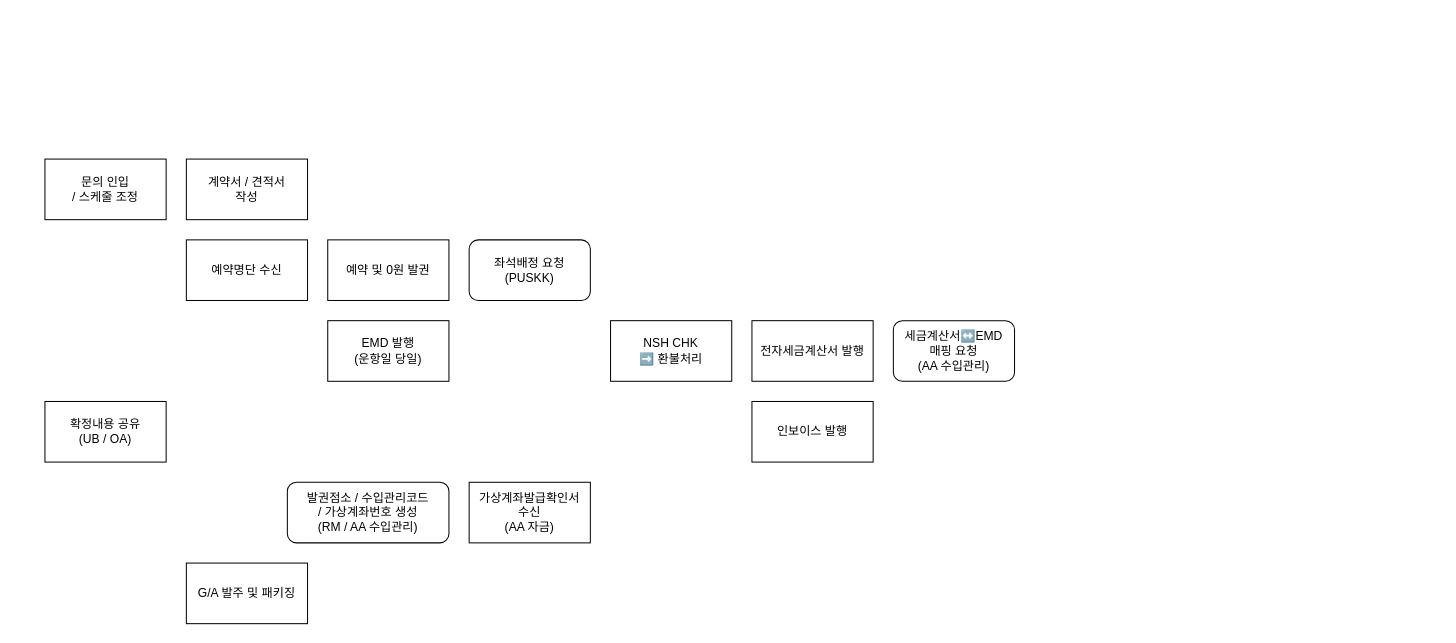
Earlier version of the draw.io diagram Education Flight.drawio (Zeranium/web1). Source tidied: cells renumbered, new cells numbered last; positions are measured from the earlier drawing's top-left corner, leaving out a move shared by most shapes. Both pictures are drawn from the tidied source at 101%, with x=0, y=0 at pixel (44, 159).
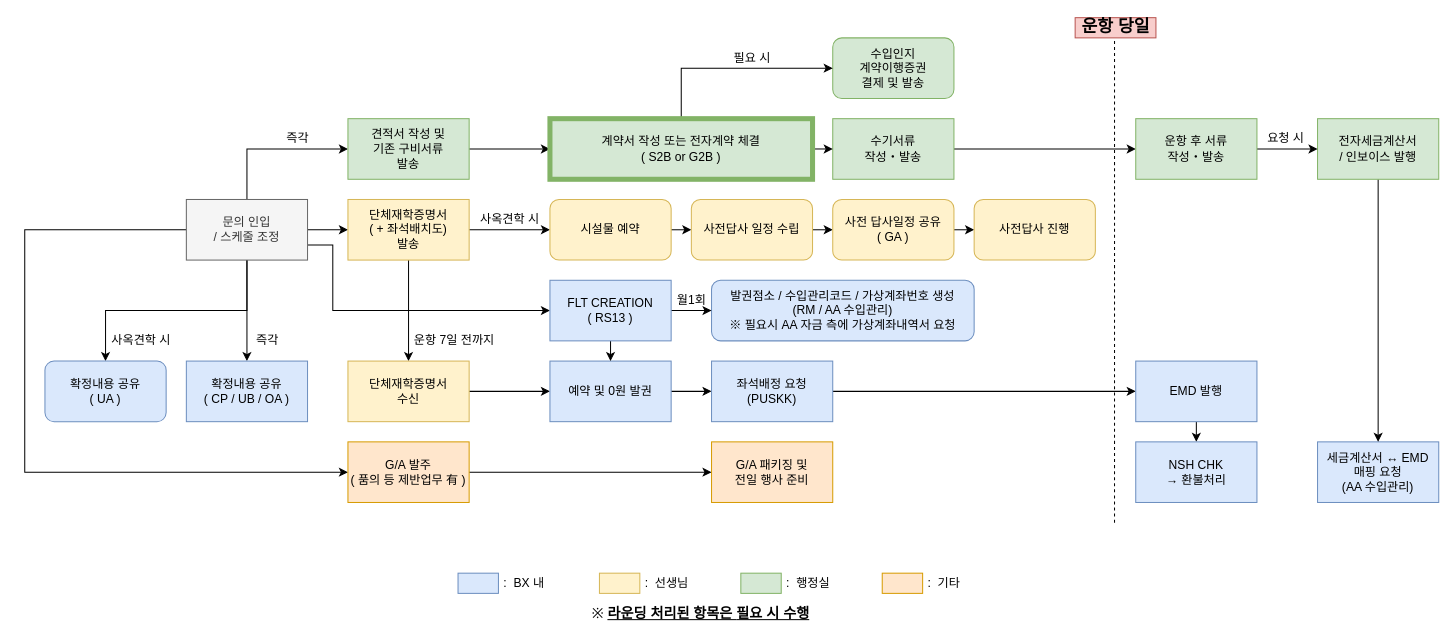
The same page after the edit.

Diff of the diagram source:
```diff
@@
+    <mxCell id="8" value="세금계산서 ↔︎ EMD&lt;br&gt;매핑 요청&lt;br&gt;(AA 수입관리)" style="rounded=0;whiteSpace=wrap;html=1;glass=0;shadow=0;sketch=0;fillColor=#dae8fc;strokeColor=#6c8ebf;" parent="1" vertex="1">
+      <mxGeometry x="1260" y="280" width="120" height="60" as="geometry" />
+    </mxCell>
+    <mxCell id="16" style="edgeStyle=orthogonalEdgeStyle;rounded=0;jettySize=auto;html=1;exitX=0.5;exitY=1;exitDx=0;exitDy=0;" parent="1" edge="1" source="2" target="14">
+      <mxGeometry relative="1" as="geometry" />
+    </mxCell>
+    <mxCell id="17" style="edgeStyle=orthogonalEdgeStyle;rounded=0;jettySize=auto;html=1;exitX=0.5;exitY=1;exitDx=0;exitDy=0;entryX=0.5;entryY=0;entryDx=0;entryDy=0;" parent="1" edge="1" source="2" target="32">
+      <mxGeometry relative="1" as="geometry" />
+    </mxCell>
+    <mxCell id="18" style="edgeStyle=orthogonalEdgeStyle;rounded=0;jettySize=auto;html=1;exitX=0.5;exitY=0;exitDx=0;exitDy=0;entryX=0;entryY=0.5;entryDx=0;entryDy=0;" parent="1" edge="1" source="2" target="38">
+      <mxGeometry relative="1" as="geometry" />
+    </mxCell>
+    <mxCell id="19" style="edgeStyle=orthogonalEdgeStyle;rounded=0;jettySize=auto;html=1;exitX=1;exitY=0.5;exitDx=0;exitDy=0;entryX=0;entryY=0.5;entryDx=0;entryDy=0;" parent="1" edge="1" source="2" target="3">
+      <mxGeometry relative="1" as="geometry" />
+    </mxCell>
+    <mxCell id="20" style="edgeStyle=orthogonalEdgeStyle;rounded=0;jettySize=auto;html=1;exitX=1;exitY=0.75;exitDx=0;exitDy=0;entryX=0;entryY=0.5;entryDx=0;entryDy=0;" parent="1" edge="1" source="2" target="49">
+      <mxGeometry relative="1" as="geometry">
+        <Array as="points">
+          <mxPoint x="285" y="85" />
+          <mxPoint x="285" y="150" />
+        </Array>
+      </mxGeometry>
+    </mxCell>
+    <mxCell id="21" style="edgeStyle=orthogonalEdgeStyle;rounded=0;jettySize=auto;html=1;exitX=0;exitY=0.5;exitDx=0;exitDy=0;entryX=0;entryY=0.5;entryDx=0;entryDy=0;" parent="1" edge="1" source="2" target="15">
+      <mxGeometry relative="1" as="geometry">
+        <Array as="points">
+          <mxPoint x="-20" y="70" />
+          <mxPoint x="-20" y="310" />
+        </Array>
+      </mxGeometry>
+    </mxCell>
-    <mxCell id="2" value="문의 인입&lt;br&gt;/ 스케줄 조정" style="rounded=0;whiteSpace=wrap;html=1;" parent="1" vertex="1">
-      <mxGeometry width="120" height="60" as="geometry" />
+    <mxCell id="2" value="문의 인입&lt;br&gt;/ 스케줄 조정" style="rounded=0;whiteSpace=wrap;html=1;fillColor=#f5f5f5;strokeColor=#666666;fontColor=#333333;" parent="1" vertex="1">
+      <mxGeometry x="140" y="40" width="120" height="60" as="geometry" />
     </mxCell>
+    <mxCell id="22" style="edgeStyle=orthogonalEdgeStyle;rounded=0;jettySize=auto;html=1;exitX=0.5;exitY=1;exitDx=0;exitDy=0;entryX=0.5;entryY=0;entryDx=0;entryDy=0;" parent="1" edge="1" source="3" target="4">
+      <mxGeometry relative="1" as="geometry" />
+    </mxCell>
+    <mxCell id="23" style="edgeStyle=orthogonalEdgeStyle;rounded=0;jettySize=auto;html=1;exitX=1;exitY=0.5;exitDx=0;exitDy=0;entryX=0;entryY=0.5;entryDx=0;entryDy=0;" parent="1" edge="1" source="3" target="31">
+      <mxGeometry relative="1" as="geometry" />
+    </mxCell>
-    <mxCell id="3" value="계약서 /&amp;nbsp;견적서&lt;br&gt;작성" style="rounded=0;whiteSpace=wrap;html=1;" parent="1" vertex="1">
-      <mxGeometry x="140" width="120" height="60" as="geometry" />
+    <mxCell id="3" value="단체재학증명서&lt;br&gt;( + 좌석배치도)&lt;br&gt;발송" style="rounded=0;whiteSpace=wrap;html=1;fillColor=#fff2cc;strokeColor=#d6b656;" parent="1" vertex="1">
+      <mxGeometry x="300" y="40" width="120" height="60" as="geometry" />
     </mxCell>
+    <mxCell id="24" style="edgeStyle=orthogonalEdgeStyle;rounded=0;jettySize=auto;html=1;exitX=1;exitY=0.5;exitDx=0;exitDy=0;entryX=0;entryY=0.5;entryDx=0;entryDy=0;" parent="1" edge="1" source="4" target="5">
+      <mxGeometry relative="1" as="geometry" />
+    </mxCell>
-    <mxCell id="4" value="예약명단 수신" style="rounded=0;whiteSpace=wrap;html=1;" parent="1" vertex="1">
-      <mxGeometry x="140" y="80" width="120" height="60" as="geometry" />
+    <mxCell id="4" value="단체재학증명서&lt;br&gt;수신" style="rounded=0;whiteSpace=wrap;html=1;fillColor=#fff2cc;strokeColor=#d6b656;" parent="1" vertex="1">
+      <mxGeometry x="300" y="200" width="120" height="60" as="geometry" />
     </mxCell>
+    <mxCell id="25" style="edgeStyle=orthogonalEdgeStyle;rounded=0;jettySize=auto;html=1;exitX=1;exitY=0.5;exitDx=0;exitDy=0;entryX=0;entryY=0.5;entryDx=0;entryDy=0;" parent="1" edge="1" source="5" target="6">
+      <mxGeometry relative="1" as="geometry" />
+    </mxCell>
-    <mxCell id="5" value="예약 및 0원 발권" style="rounded=0;whiteSpace=wrap;html=1;" parent="1" vertex="1">
-      <mxGeometry x="280" y="80" width="120" height="60" as="geometry" />
+    <mxCell id="5" value="예약 및 0원 발권" style="rounded=0;whiteSpace=wrap;html=1;fillColor=#dae8fc;strokeColor=#6c8ebf;" parent="1" vertex="1">
+      <mxGeometry x="500" y="200" width="120" height="60" as="geometry" />
     </mxCell>
+    <mxCell id="26" style="edgeStyle=orthogonalEdgeStyle;rounded=0;jettySize=auto;html=1;exitX=1;exitY=0.5;exitDx=0;exitDy=0;entryX=0;entryY=0.5;entryDx=0;entryDy=0;" parent="1" edge="1" source="6" target="7">
+      <mxGeometry relative="1" as="geometry" />
+    </mxCell>
-    <mxCell id="6" value="좌석배정 요청&lt;br&gt;(PUSKK)" style="rounded=1;whiteSpace=wrap;html=1;" parent="1" vertex="1">
-      <mxGeometry x="420" y="80" width="120" height="60" as="geometry" />
+    <mxCell id="6" value="좌석배정 요청&lt;br&gt;(PUSKK)" style="rounded=0;whiteSpace=wrap;html=1;fillColor=#dae8fc;strokeColor=#6c8ebf;" parent="1" vertex="1">
+      <mxGeometry x="660" y="200" width="120" height="60" as="geometry" />
     </mxCell>
+    <mxCell id="27" style="edgeStyle=orthogonalEdgeStyle;rounded=0;jettySize=auto;html=1;exitX=0.5;exitY=1;exitDx=0;exitDy=0;entryX=0.5;entryY=0;entryDx=0;entryDy=0;" parent="1" edge="1" source="7" target="13">
+      <mxGeometry relative="1" as="geometry" />
+    </mxCell>
-    <mxCell id="7" value="EMD 발행&lt;br&gt;(운항일 당일)" style="rounded=0;whiteSpace=wrap;html=1;" parent="1" vertex="1">
-      <mxGeometry x="280" y="160" width="120" height="60" as="geometry" />
+    <mxCell id="7" value="EMD 발행" style="rounded=0;whiteSpace=wrap;html=1;fillColor=#dae8fc;strokeColor=#6c8ebf;" parent="1" vertex="1">
+      <mxGeometry x="1080" y="200" width="120" height="60" as="geometry" />
     </mxCell>
-    <mxCell id="8" value="세금계산서↔️EMD&lt;br&gt;매핑 요청&lt;br&gt;(AA 수입관리)" style="rounded=1;whiteSpace=wrap;html=1;glass=0;shadow=0;sketch=0;" parent="1" vertex="1">
-      <mxGeometry x="840" y="160" width="120" height="60" as="geometry" />
-    </mxCell>
+    <mxCell id="28" style="edgeStyle=orthogonalEdgeStyle;rounded=0;jettySize=auto;html=1;exitX=0.5;exitY=1;exitDx=0;exitDy=0;entryX=0.5;entryY=0;entryDx=0;entryDy=0;" parent="1" edge="1" source="9" target="8">
+      <mxGeometry relative="1" as="geometry" />
+    </mxCell>
-    <mxCell id="9" value="전자세금계산서 발행" style="rounded=0;whiteSpace=wrap;html=1;" parent="1" vertex="1">
-      <mxGeometry x="700" y="160" width="120" height="60" as="geometry" />
+    <mxCell id="9" value="전자세금계산서&lt;br&gt;/ 인보이스 발행" style="rounded=0;whiteSpace=wrap;html=1;fillColor=#d5e8d4;strokeColor=#82b366;" parent="1" vertex="1">
+      <mxGeometry x="1260" y="-40" width="120" height="60" as="geometry" />
     </mxCell>
-    <mxCell id="10" value="인보이스 발행" style="rounded=0;whiteSpace=wrap;html=1;" parent="1" vertex="1">
-      <mxGeometry x="700" y="240" width="120" height="60" as="geometry" />
-    </mxCell>
-    <mxCell id="11" value="발권점소&amp;nbsp;/ 수입관리코드&lt;br&gt;/ 가상계좌번호 생성&lt;br&gt;(RM / AA 수입관리)" style="rounded=1;whiteSpace=wrap;html=1;glass=0;shadow=0;sketch=0;" parent="1" vertex="1">
-      <mxGeometry x="240" y="320" width="160" height="60" as="geometry" />
+    <mxCell id="11" value="발권점소&amp;nbsp;/ 수입관리코드&amp;nbsp;/ 가상계좌번호 생성&lt;br&gt;(RM / AA 수입관리)&lt;br&gt;※ 필요시 AA 자금 측에 가상계좌내역서 요청" style="rounded=1;whiteSpace=wrap;html=1;glass=0;shadow=0;sketch=0;fillColor=#dae8fc;strokeColor=#6c8ebf;" parent="1" vertex="1">
+      <mxGeometry x="660" y="120" width="260" height="60" as="geometry" />
     </mxCell>
-    <mxCell id="12" value="가상계좌발급확인서&lt;br&gt;수신&lt;br&gt;(AA 자금)" style="rounded=0;whiteSpace=wrap;html=1;" parent="1" vertex="1">
-      <mxGeometry x="420" y="320" width="120" height="60" as="geometry" />
-    </mxCell>
-    <mxCell id="13" value="NSH CHK&lt;br&gt;➡️ 환불처리" style="rounded=0;whiteSpace=wrap;html=1;" parent="1" vertex="1">
-      <mxGeometry x="560" y="160" width="120" height="60" as="geometry" />
+    <mxCell id="13" value="NSH CHK&lt;br&gt;→ 환불처리" style="rounded=0;whiteSpace=wrap;html=1;fillColor=#dae8fc;strokeColor=#6c8ebf;" parent="1" vertex="1">
+      <mxGeometry x="1080" y="280" width="120" height="60" as="geometry" />
     </mxCell>
-    <mxCell id="14" value="확정내용 공유&lt;br&gt;(UB / OA)" style="rounded=0;whiteSpace=wrap;html=1;" parent="1" vertex="1">
-      <mxGeometry y="240" width="120" height="60" as="geometry" />
+    <mxCell id="14" value="확정내용 공유&lt;br&gt;( CP / UB / OA )" style="rounded=0;whiteSpace=wrap;html=1;fillColor=#dae8fc;strokeColor=#6c8ebf;" parent="1" vertex="1">
+      <mxGeometry x="140" y="200" width="120" height="60" as="geometry" />
     </mxCell>
+    <mxCell id="29" style="edgeStyle=orthogonalEdgeStyle;rounded=0;jettySize=auto;html=1;exitX=1;exitY=0.5;exitDx=0;exitDy=0;entryX=0;entryY=0.5;entryDx=0;entryDy=0;" parent="1" edge="1" source="15" target="59">
+      <mxGeometry relative="1" as="geometry" />
+    </mxCell>
-    <mxCell id="15" value="G/A 발주 및 패키징" style="rounded=0;whiteSpace=wrap;html=1;" parent="1" vertex="1">
-      <mxGeometry x="140" y="400" width="120" height="60" as="geometry" />
+    <mxCell id="15" value="G/A 발주&lt;br&gt;( 품의 등 제반업무 有 )" style="rounded=0;whiteSpace=wrap;html=1;fillColor=#ffe6cc;strokeColor=#d79b00;" parent="1" vertex="1">
+      <mxGeometry x="300" y="280" width="120" height="60" as="geometry" />
     </mxCell>
+    <mxCell id="30" style="edgeStyle=orthogonalEdgeStyle;rounded=0;jettySize=auto;html=1;exitX=1;exitY=0.5;exitDx=0;exitDy=0;entryX=0;entryY=0.5;entryDx=0;entryDy=0;" parent="1" edge="1" source="31" target="34">
+      <mxGeometry relative="1" as="geometry" />
+    </mxCell>
+    <mxCell id="31" value="시설물 예약" style="rounded=1;whiteSpace=wrap;html=1;fillColor=#fff2cc;strokeColor=#d6b656;" parent="1" vertex="1">
+      <mxGeometry x="500" y="40" width="120" height="60" as="geometry" />
+    </mxCell>
+    <mxCell id="32" value="확정내용 공유&lt;br&gt;( UA )" style="rounded=1;whiteSpace=wrap;html=1;fillColor=#dae8fc;strokeColor=#6c8ebf;" parent="1" vertex="1">
+      <mxGeometry y="200" width="120" height="60" as="geometry" />
+    </mxCell>
+    <mxCell id="33" style="edgeStyle=orthogonalEdgeStyle;rounded=0;jettySize=auto;html=1;exitX=1;exitY=0.5;exitDx=0;exitDy=0;entryX=0;entryY=0.5;entryDx=0;entryDy=0;" parent="1" edge="1" source="34" target="36">
+      <mxGeometry relative="1" as="geometry" />
+    </mxCell>
+    <mxCell id="34" value="사전답사 일정 수립" style="rounded=1;whiteSpace=wrap;html=1;fillColor=#fff2cc;strokeColor=#d6b656;" parent="1" vertex="1">
+      <mxGeometry x="640" y="40" width="120" height="60" as="geometry" />
+    </mxCell>
+    <mxCell id="35" style="edgeStyle=orthogonalEdgeStyle;rounded=0;jettySize=auto;html=1;exitX=1;exitY=0.5;exitDx=0;exitDy=0;entryX=0;entryY=0.5;entryDx=0;entryDy=0;" parent="1" edge="1" source="36" target="50">
+      <mxGeometry relative="1" as="geometry" />
+    </mxCell>
+    <mxCell id="36" value="사전 답사일정 공유&lt;br&gt;( GA )" style="rounded=1;whiteSpace=wrap;html=1;fillColor=#fff2cc;strokeColor=#d6b656;" parent="1" vertex="1">
+      <mxGeometry x="780" y="40" width="120" height="60" as="geometry" />
+    </mxCell>
+    <mxCell id="37" style="edgeStyle=orthogonalEdgeStyle;rounded=0;jettySize=auto;html=1;exitX=1;exitY=0.5;exitDx=0;exitDy=0;entryX=0;entryY=0.5;entryDx=0;entryDy=0;" parent="1" edge="1" source="38" target="46">
+      <mxGeometry relative="1" as="geometry" />
+    </mxCell>
+    <mxCell id="38" value="견적서 작성 및&lt;br&gt;기존 구비서류&lt;br&gt;발송" style="rounded=0;whiteSpace=wrap;html=1;fillColor=#d5e8d4;strokeColor=#82b366;" parent="1" vertex="1">
+      <mxGeometry x="300" y="-40" width="120" height="60" as="geometry" />
+    </mxCell>
+    <mxCell id="39" style="edgeStyle=orthogonalEdgeStyle;rounded=0;jettySize=auto;html=1;exitX=1;exitY=0.5;exitDx=0;exitDy=0;entryX=0;entryY=0.5;entryDx=0;entryDy=0;" parent="1" edge="1" source="40" target="42">
+      <mxGeometry relative="1" as="geometry" />
+    </mxCell>
+    <mxCell id="40" value="수기서류&lt;br&gt;작성・발송" style="rounded=0;whiteSpace=wrap;html=1;fillColor=#d5e8d4;strokeColor=#82b366;" parent="1" vertex="1">
+      <mxGeometry x="780" y="-40" width="120" height="60" as="geometry" />
+    </mxCell>
+    <mxCell id="41" style="edgeStyle=orthogonalEdgeStyle;rounded=0;jettySize=auto;html=1;exitX=1;exitY=0.5;exitDx=0;exitDy=0;entryX=0;entryY=0.5;entryDx=0;entryDy=0;" parent="1" edge="1" source="42" target="9">
+      <mxGeometry relative="1" as="geometry" />
+    </mxCell>
+    <mxCell id="42" value="운항 후 서류&lt;br&gt;작성・발송" style="rounded=0;whiteSpace=wrap;html=1;fillColor=#d5e8d4;strokeColor=#82b366;" parent="1" vertex="1">
+      <mxGeometry x="1080" y="-40" width="120" height="60" as="geometry" />
+    </mxCell>
+    <mxCell id="43" value="수입인지&lt;br&gt;계약이행증권&lt;br&gt;결제 및 발송" style="rounded=1;whiteSpace=wrap;html=1;fillColor=#d5e8d4;strokeColor=#82b366;" parent="1" vertex="1">
+      <mxGeometry x="780" y="-120" width="120" height="60" as="geometry" />
+    </mxCell>
+    <mxCell id="44" style="edgeStyle=orthogonalEdgeStyle;rounded=0;jettySize=auto;html=1;exitX=0.5;exitY=0;exitDx=0;exitDy=0;entryX=0;entryY=0.5;entryDx=0;entryDy=0;" parent="1" edge="1" source="46" target="43">
+      <mxGeometry relative="1" as="geometry" />
+    </mxCell>
+    <mxCell id="45" style="edgeStyle=orthogonalEdgeStyle;rounded=0;jettySize=auto;html=1;exitX=1;exitY=0.5;exitDx=0;exitDy=0;entryX=0;entryY=0.5;entryDx=0;entryDy=0;" parent="1" edge="1" source="46" target="40">
+      <mxGeometry relative="1" as="geometry" />
+    </mxCell>
+    <mxCell id="46" value="계약서 작성 또는&amp;nbsp;전자계약 체결&lt;br&gt;( S2B or G2B )" style="rounded=0;whiteSpace=wrap;html=1;fillColor=#d5e8d4;strokeColor=#82b366;strokeWidth=5;" parent="1" vertex="1">
+      <mxGeometry x="500" y="-40" width="260" height="60" as="geometry" />
+    </mxCell>
+    <mxCell id="47" style="edgeStyle=orthogonalEdgeStyle;rounded=0;jettySize=auto;html=1;exitX=1;exitY=0.5;exitDx=0;exitDy=0;entryX=0;entryY=0.5;entryDx=0;entryDy=0;" parent="1" edge="1" source="49" target="11">
+      <mxGeometry relative="1" as="geometry" />
+    </mxCell>
+    <mxCell id="48" style="edgeStyle=orthogonalEdgeStyle;rounded=0;jettySize=auto;html=1;exitX=0.5;exitY=1;exitDx=0;exitDy=0;entryX=0.5;entryY=0;entryDx=0;entryDy=0;" parent="1" edge="1" source="49" target="5">
+      <mxGeometry relative="1" as="geometry" />
+    </mxCell>
+    <mxCell id="49" value="FLT CREATION&lt;br&gt;( RS13 )" style="rounded=0;whiteSpace=wrap;html=1;fillColor=#dae8fc;strokeColor=#6c8ebf;" parent="1" vertex="1">
+      <mxGeometry x="500" y="120" width="120" height="60" as="geometry" />
+    </mxCell>
+    <mxCell id="50" value="사전답사 진행" style="rounded=1;whiteSpace=wrap;html=1;fillColor=#fff2cc;strokeColor=#d6b656;" parent="1" vertex="1">
+      <mxGeometry x="920" y="40" width="120" height="60" as="geometry" />
+    </mxCell>
+    <mxCell id="51" value="즉각" style="text;html=1;align=center;verticalAlign=middle;strokeColor=none;fillColor=none;" parent="1" vertex="1">
+      <mxGeometry x="200" y="170" width="40" height="20" as="geometry" />
+    </mxCell>
+    <mxCell id="52" value="즉각" style="text;html=1;align=center;verticalAlign=middle;strokeColor=none;fillColor=none;" parent="1" vertex="1">
+      <mxGeometry x="230" y="-30" width="40" height="20" as="geometry" />
+    </mxCell>
+    <mxCell id="53" value="필요 시" style="text;html=1;align=center;verticalAlign=middle;strokeColor=none;fillColor=none;" parent="1" vertex="1">
+      <mxGeometry x="675" y="-110" width="50" height="20" as="geometry" />
+    </mxCell>
+    <mxCell id="54" value="운항 7일 전까지" style="text;html=1;align=center;verticalAlign=middle;strokeColor=none;fillColor=none;" parent="1" vertex="1">
+      <mxGeometry x="360" y="170" width="90" height="20" as="geometry" />
+    </mxCell>
+    <mxCell id="55" value="사옥견학 시 &amp;nbsp;&amp;nbsp;" style="text;html=1;align=center;verticalAlign=middle;strokeColor=none;fillColor=none;" parent="1" vertex="1">
+      <mxGeometry x="425" y="50" width="80" height="20" as="geometry" />
+    </mxCell>
+    <mxCell id="56" value="사옥견학 시" style="text;html=1;align=center;verticalAlign=middle;strokeColor=none;fillColor=none;" parent="1" vertex="1">
+      <mxGeometry x="60" y="170" width="70" height="20" as="geometry" />
+    </mxCell>
+    <mxCell id="57" value="월1회" style="text;html=1;align=center;verticalAlign=middle;strokeColor=none;fillColor=none;" parent="1" vertex="1">
+      <mxGeometry x="620" y="130" width="40" height="20" as="geometry" />
+    </mxCell>
+    <mxCell id="58" value="&amp;nbsp; 요청 시" style="text;html=1;align=center;verticalAlign=middle;strokeColor=none;fillColor=none;" parent="1" vertex="1">
+      <mxGeometry x="1195" y="-30" width="60" height="20" as="geometry" />
+    </mxCell>
+    <mxCell id="59" value="G/A 패키징 및&lt;br&gt;전일 행사 준비" style="rounded=0;whiteSpace=wrap;html=1;fillColor=#ffe6cc;strokeColor=#d79b00;" parent="1" vertex="1">
+      <mxGeometry x="660" y="280" width="120" height="60" as="geometry" />
+    </mxCell>
+    <mxCell id="60" style="rounded=0;whiteSpace=wrap;html=1;fillColor=#dae8fc;strokeColor=#6c8ebf;" parent="1" vertex="1">
+      <mxGeometry x="409" y="410" width="40" height="20" as="geometry" />
+    </mxCell>
+    <mxCell id="61" value="&amp;nbsp;: &amp;nbsp;BX 내" style="text;html=1;align=left;verticalAlign=middle;strokeColor=none;fillColor=none;" parent="1" vertex="1">
+      <mxGeometry x="449" y="410" width="60" height="20" as="geometry" />
+    </mxCell>
+    <mxCell id="62" style="rounded=0;whiteSpace=wrap;html=1;fillColor=#fff2cc;strokeColor=#d6b656;" parent="1" vertex="1">
+      <mxGeometry x="549" y="410" width="40" height="20" as="geometry" />
+    </mxCell>
+    <mxCell id="63" value="&amp;nbsp;: &amp;nbsp;선생님" style="text;html=1;align=left;verticalAlign=middle;strokeColor=none;fillColor=none;" parent="1" vertex="1">
+      <mxGeometry x="589" y="410" width="60" height="20" as="geometry" />
+    </mxCell>
+    <mxCell id="64" style="rounded=0;whiteSpace=wrap;html=1;fillColor=#d5e8d4;strokeColor=#82b366;" parent="1" vertex="1">
+      <mxGeometry x="689" y="410" width="40" height="20" as="geometry" />
+    </mxCell>
+    <mxCell id="65" value="&amp;nbsp;: &amp;nbsp;행정실" style="text;html=1;align=left;verticalAlign=middle;strokeColor=none;fillColor=none;" parent="1" vertex="1">
+      <mxGeometry x="729" y="410" width="60" height="20" as="geometry" />
+    </mxCell>
+    <mxCell id="66" style="rounded=0;whiteSpace=wrap;html=1;fillColor=#ffe6cc;strokeColor=#d79b00;" parent="1" vertex="1">
+      <mxGeometry x="829" y="410" width="40" height="20" as="geometry" />
+    </mxCell>
+    <mxCell id="67" value="&amp;nbsp;: &amp;nbsp;기타" style="text;html=1;align=left;verticalAlign=middle;strokeColor=none;fillColor=none;" parent="1" vertex="1">
+      <mxGeometry x="869" y="410" width="50" height="20" as="geometry" />
+    </mxCell>
+    <mxCell id="68" style="endArrow=none;dashed=1;html=1;rounded=0;" parent="1" edge="1">
+      <mxGeometry relative="1" as="geometry">
+        <mxPoint x="1059" y="360" as="sourcePoint" />
+        <mxPoint x="1059" y="-120" as="targetPoint" />
+      </mxGeometry>
+    </mxCell>
+    <mxCell id="69" value="&lt;b&gt;&lt;font style=&quot;font-size: 17px&quot;&gt;운항 당일&lt;/font&gt;&lt;/b&gt;" style="text;html=1;align=center;verticalAlign=middle;strokeColor=#b85450;fillColor=#f8cecc;" parent="1" vertex="1">
+      <mxGeometry x="1020" y="-140" width="80" height="20" as="geometry" />
+    </mxCell>
+    <mxCell id="70" value="&lt;span style=&quot;font-size: 14px&quot;&gt;※ &lt;b&gt;&lt;u&gt;라운딩 처리된 항목은 &lt;/u&gt;&lt;/b&gt;&lt;u&gt;&lt;b&gt;필요 시 수행&lt;/b&gt;&lt;/u&gt;&lt;/span&gt;" style="text;html=1;align=center;verticalAlign=middle;strokeColor=none;fillColor=none;fontSize=17;" parent="1" vertex="1">
+      <mxGeometry x="543" y="437" width="211" height="25" as="geometry" />
+    </mxCell>
```
